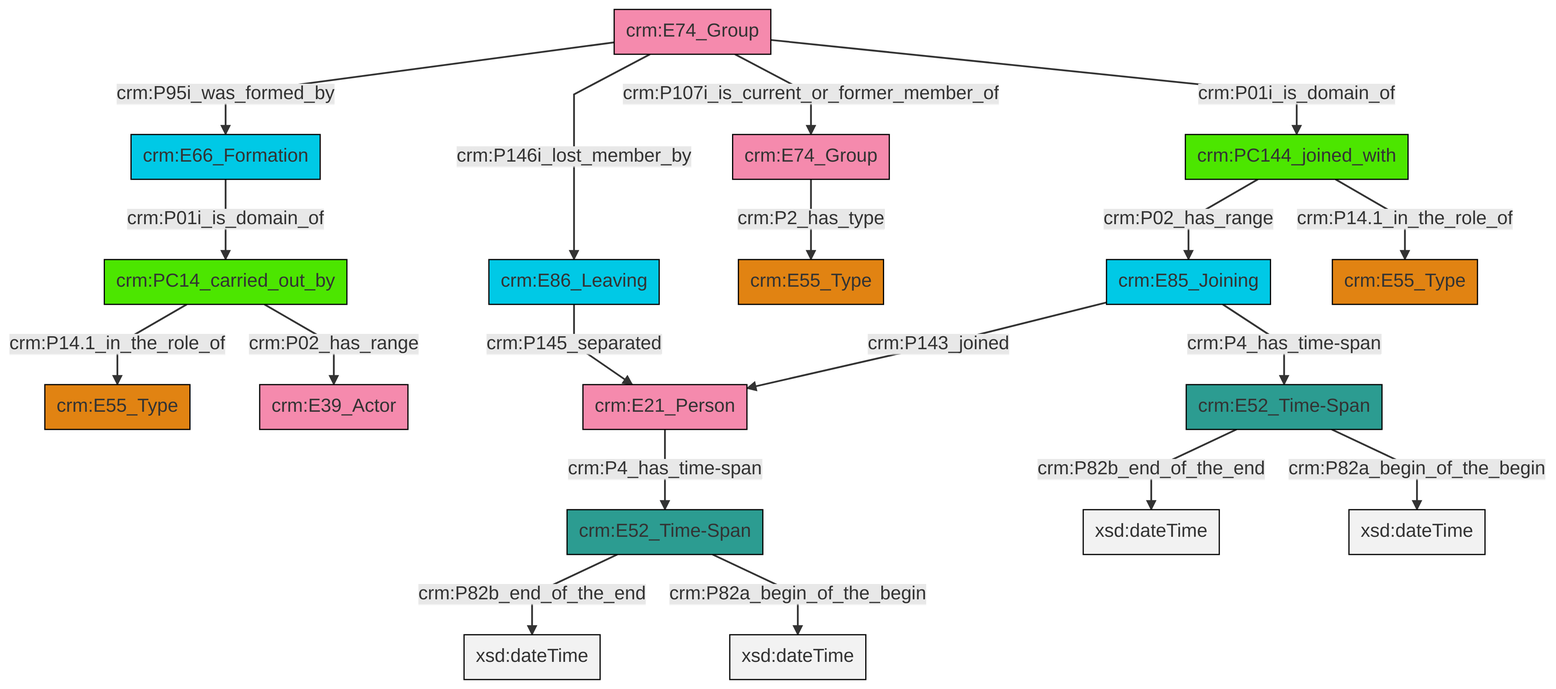
Earlier version of the Mermaid export et/groupCSV/ttl/mmd/png/group_actor_relations.png (swiss-art-research-net/reference-data-models). Its source is kept beside it as et/groupCSV/ttl/mmd/group_actor_relations.ttl.mmd.
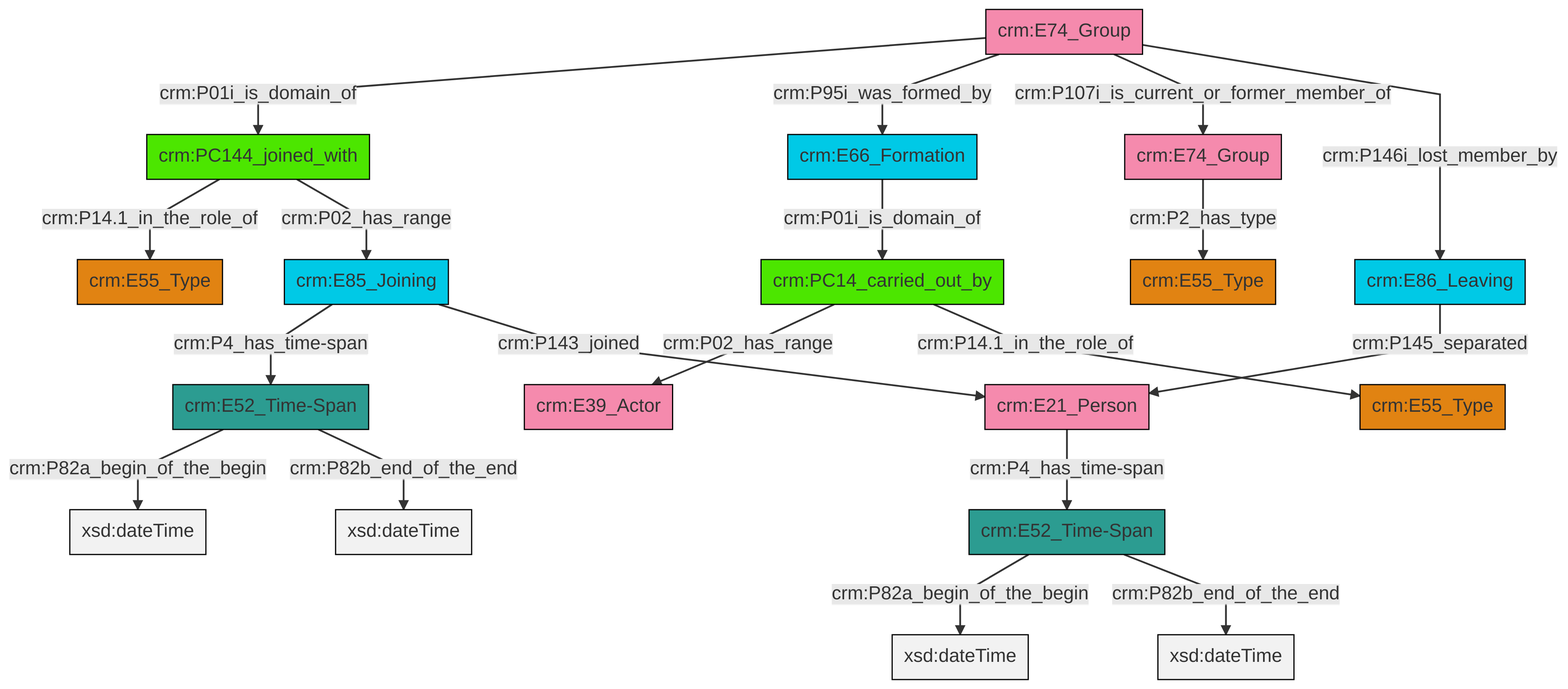
Later version of the same file.

Diff of the diagram source:
```diff
@@ -13,21 +13,21 @@
 classDef PC_Classes fill:#4ce600, stroke:#000000;
 classDef Multi fill:#cccccc,stroke:#000000;
 
-0["crm:PC144_joined_with"]:::PC_Classes -->|crm:P02_has_range| 1["crm:E85_Joining"]:::Temporal_Entity
-1["crm:E85_Joining"]:::Temporal_Entity -->|crm:P143_joined| 2["crm:E21_Person"]:::Actor
-5["crm:E52_Time-Span"]:::Time-Span -->|crm:P82b_end_of_the_end| 6[xsd:dateTime]:::Literal
-9["crm:PC14_carried_out_by"]:::PC_Classes -->|crm:P14.1_in_the_role_of| 3["crm:E55_Type"]:::Type
-5["crm:E52_Time-Span"]:::Time-Span -->|crm:P82a_begin_of_the_begin| 10[xsd:dateTime]:::Literal
-13["crm:E66_Formation"]:::Temporal_Entity -->|crm:P01i_is_domain_of| 9["crm:PC14_carried_out_by"]:::PC_Classes
-0["crm:PC144_joined_with"]:::PC_Classes -->|crm:P14.1_in_the_role_of| 11["crm:E55_Type"]:::Type
-16["crm:E86_Leaving"]:::Temporal_Entity -->|crm:P145_separated| 2["crm:E21_Person"]:::Actor
-2["crm:E21_Person"]:::Actor -->|crm:P4_has_time-span| 20["crm:E52_Time-Span"]:::Time-Span
-21["crm:E74_Group"]:::Actor -->|crm:P95i_was_formed_by| 13["crm:E66_Formation"]:::Temporal_Entity
-21["crm:E74_Group"]:::Actor -->|crm:P146i_lost_member_by| 16["crm:E86_Leaving"]:::Temporal_Entity
-23["crm:E74_Group"]:::Actor -->|crm:P2_has_type| 7["crm:E55_Type"]:::Type
-9["crm:PC14_carried_out_by"]:::PC_Classes -->|crm:P02_has_range| 14["crm:E39_Actor"]:::Actor
-20["crm:E52_Time-Span"]:::Time-Span -->|crm:P82b_end_of_the_end| 25[xsd:dateTime]:::Literal
-1["crm:E85_Joining"]:::Temporal_Entity -->|crm:P4_has_time-span| 5["crm:E52_Time-Span"]:::Time-Span
-21["crm:E74_Group"]:::Actor -->|crm:P107i_is_current_or_former_member_of| 23["crm:E74_Group"]:::Actor
-21["crm:E74_Group"]:::Actor -->|crm:P01i_is_domain_of| 0["crm:PC144_joined_with"]:::PC_Classes
-20["crm:E52_Time-Span"]:::Time-Span -->|crm:P82a_begin_of_the_begin| 30[xsd:dateTime]:::Literal
+0["crm:E74_Group"]:::Actor -->|crm:P01i_is_domain_of| 1["crm:PC144_joined_with"]:::PC_Classes
+0["crm:E74_Group"]:::Actor -->|crm:P95i_was_formed_by| 4["crm:E66_Formation"]:::Temporal_Entity
+8["crm:PC14_carried_out_by"]:::PC_Classes -->|crm:P02_has_range| 5["crm:E39_Actor"]:::Actor
+12["crm:E52_Time-Span"]:::Time-Span -->|crm:P82a_begin_of_the_begin| 13[xsd:dateTime]:::Literal
+16["crm:E85_Joining"]:::Temporal_Entity -->|crm:P4_has_time-span| 12["crm:E52_Time-Span"]:::Time-Span
+0["crm:E74_Group"]:::Actor -->|crm:P107i_is_current_or_former_member_of| 19["crm:E74_Group"]:::Actor
+22["crm:E52_Time-Span"]:::Time-Span -->|crm:P82a_begin_of_the_begin| 23[xsd:dateTime]:::Literal
+16["crm:E85_Joining"]:::Temporal_Entity -->|crm:P143_joined| 17["crm:E21_Person"]:::Actor
+8["crm:PC14_carried_out_by"]:::PC_Classes -->|crm:P14.1_in_the_role_of| 14["crm:E55_Type"]:::Type
+10["crm:E86_Leaving"]:::Temporal_Entity -->|crm:P145_separated| 17["crm:E21_Person"]:::Actor
+1["crm:PC144_joined_with"]:::PC_Classes -->|crm:P14.1_in_the_role_of| 25["crm:E55_Type"]:::Type
+12["crm:E52_Time-Span"]:::Time-Span -->|crm:P82b_end_of_the_end| 28[xsd:dateTime]:::Literal
+17["crm:E21_Person"]:::Actor -->|crm:P4_has_time-span| 22["crm:E52_Time-Span"]:::Time-Span
+19["crm:E74_Group"]:::Actor -->|crm:P2_has_type| 2["crm:E55_Type"]:::Type
+1["crm:PC144_joined_with"]:::PC_Classes -->|crm:P02_has_range| 16["crm:E85_Joining"]:::Temporal_Entity
+22["crm:E52_Time-Span"]:::Time-Span -->|crm:P82b_end_of_the_end| 33[xsd:dateTime]:::Literal
+0["crm:E74_Group"]:::Actor -->|crm:P146i_lost_member_by| 10["crm:E86_Leaving"]:::Temporal_Entity
+4["crm:E66_Formation"]:::Temporal_Entity -->|crm:P01i_is_domain_of| 8["crm:PC14_carried_out_by"]:::PC_Classes
```
